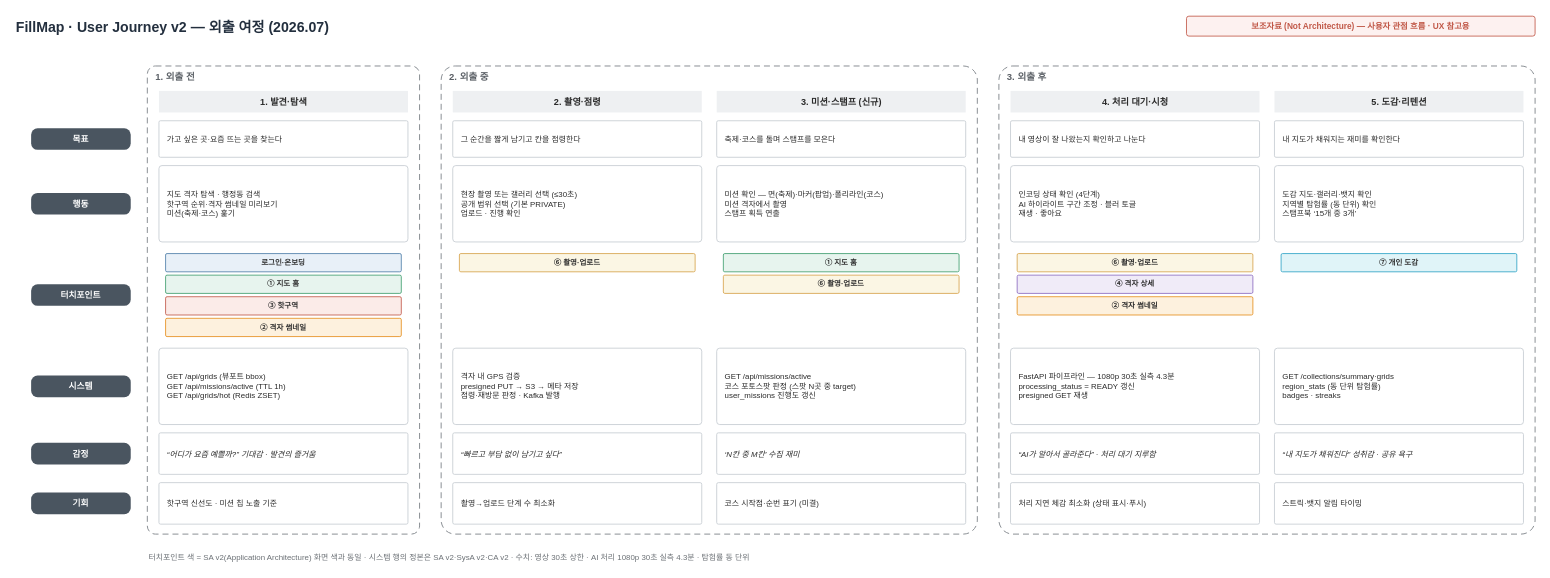
ASM-MSG/BE keeps this draw.io diagram as .claude/docs/diagrams/2026-07-21 2_FillMap_UserJourney_v2_draft.drawio.xml. Above is the earlier version. Source tidied: cells renumbered, new cells numbered last; positions are measured from the earlier drawing's top-left corner, leaving out a move shared by most shapes. Both pictures are drawn from the tidied source at 83%, with x=0, y=0 at pixel (14, 14).
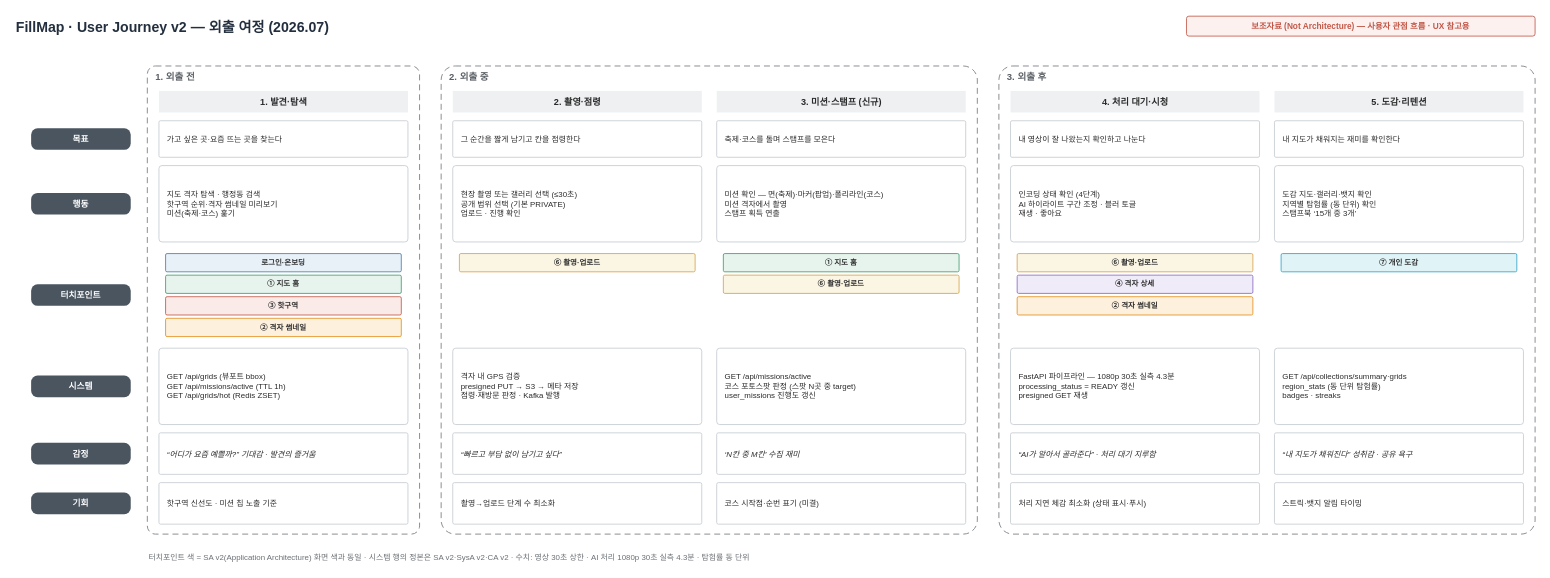
After the change.

The edit, as a diff of the source:
```diff
@@
-    <mxCell id="43" value="GET /collections/summary·grids&#10;region_stats (동 단위 탐험률)&#10;badges · streaks" style="rounded=1;arcSize=4;whiteSpace=wrap;html=1;fillColor=#FFFFFF;strokeColor=#C6CBD1;fontSize=9.5;fontColor=#2B2B2B;align=left;verticalAlign=middle;spacingLeft=8;spacingRight=6;" parent="1" vertex="1">
+    <mxCell id="43" value="GET /api/collections/summary·grids&#10;region_stats (동 단위 탐험률)&#10;badges · streaks" style="rounded=1;arcSize=4;whiteSpace=wrap;html=1;fillColor=#FFFFFF;strokeColor=#C6CBD1;fontSize=9.5;fontColor=#2B2B2B;align=left;verticalAlign=middle;spacingLeft=8;spacingRight=6;" parent="1" vertex="1">
       <mxGeometry x="1518" y="402" width="300" height="92" as="geometry" />
     </mxCell>
```
